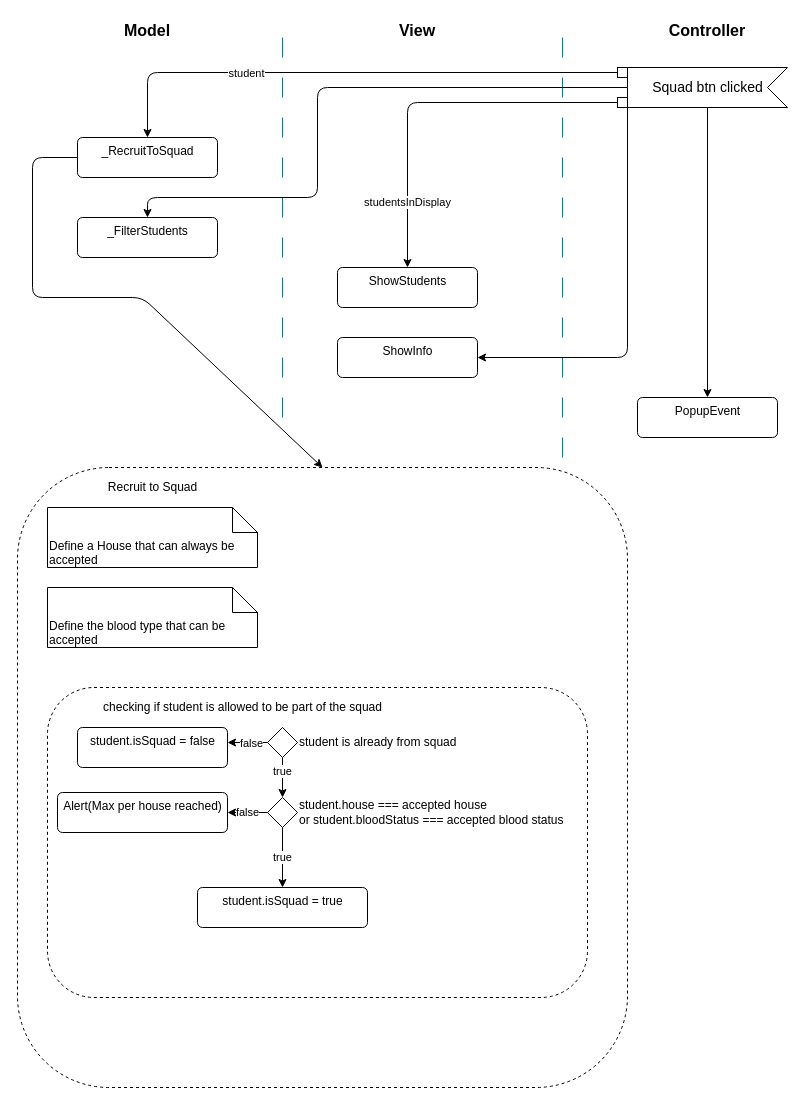
Above: diagrams/squad.drawio in Zagoman/hacked-hogwarts (draw.io), before the change. Source tidied: cells renumbered, new cells numbered last; positions are measured from the earlier drawing's top-left corner, leaving out a move shared by most shapes. Both pictures are drawn from the tidied source at 100%, with x=0, y=0 at pixel (17, 17).
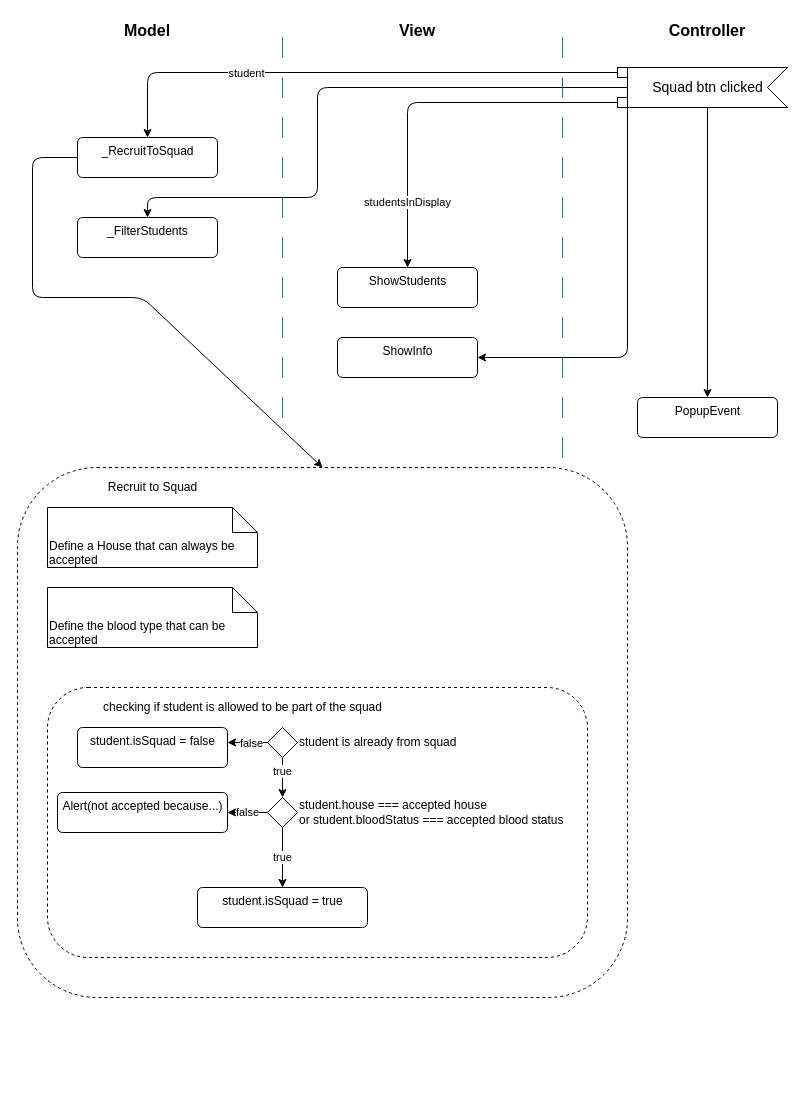
The same diagram, later.

What changed in the source:
```diff
@@
     <mxCell id="23" style="whiteSpace=wrap;html=1;dashed=1;fillColor=none;rounded=1;fontStyle=1;" parent="1" vertex="1">
-      <mxGeometry y="450" width="610" height="620" as="geometry" />
+      <mxGeometry y="450" width="610" height="530" as="geometry" />
     </mxCell>
@@
     <mxCell id="27" style="whiteSpace=wrap;html=1;dashed=1;fillColor=none;rounded=1;fontStyle=1;" parent="1" vertex="1">
-      <mxGeometry x="30" y="670" width="540" height="310" as="geometry" />
+      <mxGeometry x="30" y="670" width="540" height="270" as="geometry" />
     </mxCell>
@@
-    <mxCell id="40" value="Alert(Max per house reached)" style="html=1;align=center;verticalAlign=top;rounded=1;absoluteArcSize=1;arcSize=10;dashed=0;labelBackgroundColor=none;strokeColor=default;fillColor=none;" parent="1" vertex="1">
+    <mxCell id="40" value="Alert(not accepted because...)" style="html=1;align=center;verticalAlign=top;rounded=1;absoluteArcSize=1;arcSize=10;dashed=0;labelBackgroundColor=none;strokeColor=default;fillColor=none;" parent="1" vertex="1">
       <mxGeometry x="40" y="775" width="170" height="40" as="geometry" />
     </mxCell>
```
